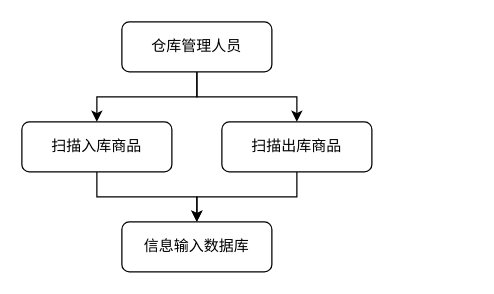
The draw.io diagram 可行性分析-现有系统分析图.drawio in Neinheart/git_lab, before the edit. Source tidied: cells renumbered, new cells numbered last; positions are measured from the earlier drawing's top-left corner, leaving out a move shared by most shapes. Both pictures are drawn from the tidied source at 125%, with x=0, y=0 at pixel (21, 21).
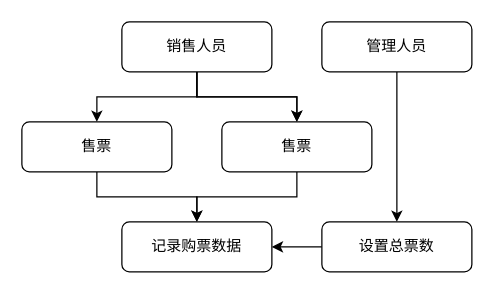
The same diagram, later.

Commit message:
更新可行性分析-现有系统分析图.drawio

Diff of the diagram source:
```diff
@@
 <mxGraphModel>
   <root>
     <mxCell id="0" />
     <mxCell id="1" parent="0" />
-    <mxCell id="2" style="edgeStyle=orthogonalEdgeStyle;rounded=0;jettySize=auto;html=1;" parent="1" edge="1" source="4" target="6">
-      <mxGeometry relative="1" as="geometry" />
-    </mxCell>
     <mxCell id="3" style="edgeStyle=orthogonalEdgeStyle;rounded=0;jettySize=auto;html=1;" parent="1" edge="1" source="4" target="8">
       <mxGeometry relative="1" as="geometry" />
     </mxCell>
+    <mxCell id="10" style="edgeStyle=orthogonalEdgeStyle;rounded=0;jettySize=auto;html=1;" parent="1" edge="1" source="4" target="8">
+      <mxGeometry relative="1" as="geometry" />
+    </mxCell>
+    <mxCell id="11" style="edgeStyle=orthogonalEdgeStyle;rounded=0;jettySize=auto;html=1;" parent="1" edge="1" source="4" target="17">
+      <mxGeometry relative="1" as="geometry" />
+    </mxCell>
-    <mxCell id="4" value="仓库管理人员" style="rounded=1;whiteSpace=wrap;html=1;fontSize=12;glass=0;strokeWidth=1;shadow=0;" parent="1" vertex="1">
+    <mxCell id="4" value="销售人员" style="rounded=1;whiteSpace=wrap;html=1;fontSize=12;glass=0;strokeWidth=1;shadow=0;" parent="1" vertex="1">
       <mxGeometry x="80" width="120" height="40" as="geometry" />
     </mxCell>
-    <mxCell id="5" style="edgeStyle=orthogonalEdgeStyle;rounded=0;jettySize=auto;html=1;" parent="1" edge="1" source="6" target="9">
-      <mxGeometry relative="1" as="geometry" />
-    </mxCell>
-    <mxCell id="6" value="扫描入库商品" style="rounded=1;whiteSpace=wrap;html=1;fontSize=12;glass=0;strokeWidth=1;shadow=0;" parent="1" vertex="1">
-      <mxGeometry y="80" width="120" height="40" as="geometry" />
-    </mxCell>
     <mxCell id="7" style="edgeStyle=orthogonalEdgeStyle;rounded=0;jettySize=auto;html=1;" parent="1" edge="1" source="8" target="9">
       <mxGeometry relative="1" as="geometry" />
     </mxCell>
-    <mxCell id="8" value="扫描出库商品" style="rounded=1;whiteSpace=wrap;html=1;fontSize=12;glass=0;strokeWidth=1;shadow=0;" parent="1" vertex="1">
+    <mxCell id="8" value="售票" style="rounded=1;whiteSpace=wrap;html=1;fontSize=12;glass=0;strokeWidth=1;shadow=0;" parent="1" vertex="1">
       <mxGeometry x="160" y="80" width="120" height="40" as="geometry" />
     </mxCell>
-    <mxCell id="9" value="信息输入数据库" style="rounded=1;whiteSpace=wrap;html=1;fontSize=12;glass=0;strokeWidth=1;shadow=0;" parent="1" vertex="1">
+    <mxCell id="9" value="记录购票数据" style="rounded=1;whiteSpace=wrap;html=1;fontSize=12;glass=0;strokeWidth=1;shadow=0;" parent="1" vertex="1">
       <mxGeometry x="80" y="160" width="120" height="40" as="geometry" />
     </mxCell>
+    <mxCell id="12" style="edgeStyle=orthogonalEdgeStyle;rounded=0;jettySize=auto;html=1;" parent="1" edge="1" source="13" target="15">
+      <mxGeometry relative="1" as="geometry" />
+    </mxCell>
+    <mxCell id="13" value="管理人员" style="rounded=1;whiteSpace=wrap;html=1;fontSize=12;glass=0;strokeWidth=1;shadow=0;" parent="1" vertex="1">
+      <mxGeometry x="240" width="120" height="40" as="geometry" />
+    </mxCell>
+    <mxCell id="14" style="edgeStyle=orthogonalEdgeStyle;rounded=0;jettySize=auto;html=1;" parent="1" edge="1" source="15" target="9">
+      <mxGeometry relative="1" as="geometry" />
+    </mxCell>
+    <mxCell id="15" value="设置总票数" style="rounded=1;whiteSpace=wrap;html=1;fontSize=12;glass=0;strokeWidth=1;shadow=0;" parent="1" vertex="1">
+      <mxGeometry x="240" y="160" width="120" height="40" as="geometry" />
+    </mxCell>
+    <mxCell id="16" style="edgeStyle=orthogonalEdgeStyle;rounded=0;jettySize=auto;html=1;" parent="1" edge="1" source="17" target="9">
+      <mxGeometry relative="1" as="geometry" />
+    </mxCell>
+    <mxCell id="17" value="售票" style="rounded=1;whiteSpace=wrap;html=1;fontSize=12;glass=0;strokeWidth=1;shadow=0;" parent="1" vertex="1">
+      <mxGeometry y="80" width="120" height="40" as="geometry" />
+    </mxCell>
   </root>
 </mxGraphModel>
```
